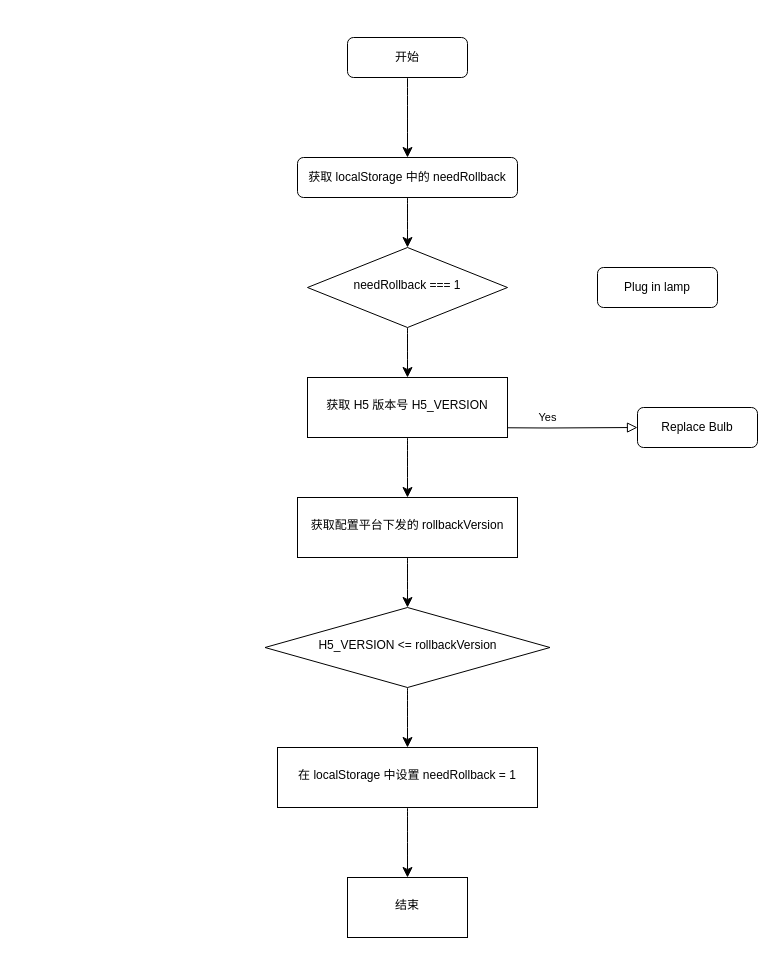
This is offline-package-rollback.drawio from lijunlin2022/draw.io, a draw.io file, before an edit. Source tidied: cells renumbered, new cells numbered last; positions are measured from the earlier drawing's top-left corner, leaving out a move shared by most shapes. Both pictures are drawn from the tidied source at 100%, with x=0, y=0 at pixel (265, 37).
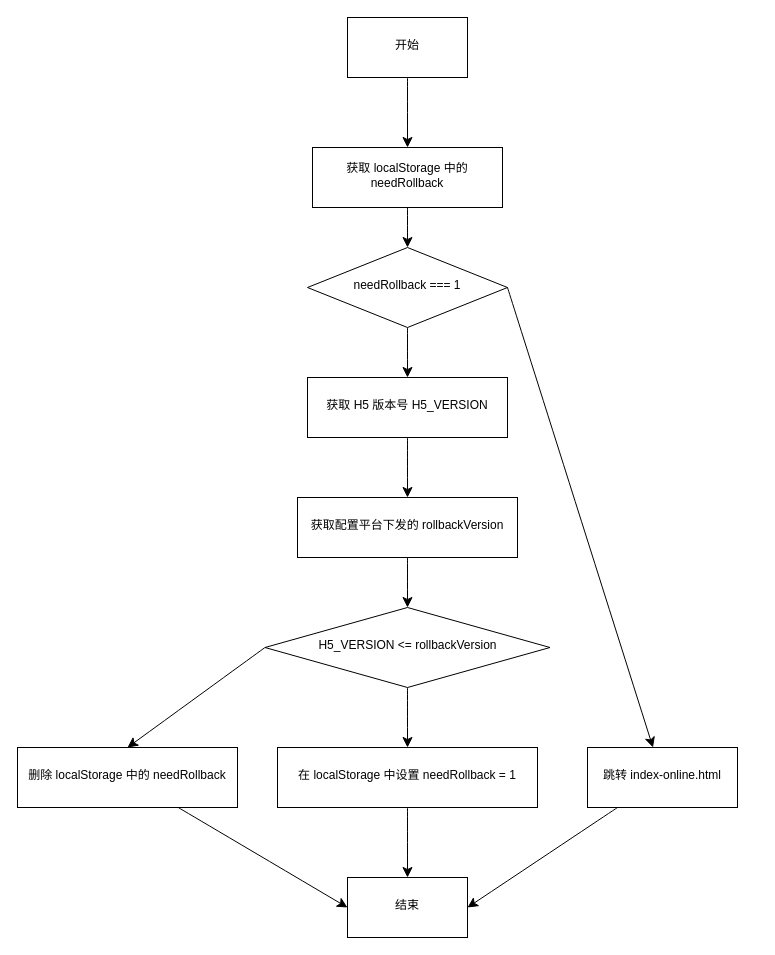
The same page after the edit.

Unchanged cells that the change refers to:
```xml
<mxCell id="5" value="needRollback === 1" style="rhombus;whiteSpace=wrap;html=1;shadow=0;fontFamily=Helvetica;fontSize=12;align=center;strokeWidth=1;spacing=6;spacingTop=-4;" parent="1" vertex="1">
  <mxGeometry x="42" y="210" width="200" height="80" as="geometry" />
</mxCell>
<mxCell id="16" value="H5_VERSION &amp;lt;= rollbackVersion" style="rhombus;whiteSpace=wrap;html=1;shadow=0;strokeWidth=1;spacing=6;spacingTop=-4;" parent="1" vertex="1">
  <mxGeometry x="-0.5" y="570" width="285" height="80" as="geometry" />
</mxCell>
<mxCell id="19" value="结束" style="whiteSpace=wrap;html=1;shadow=0;strokeWidth=1;spacing=6;spacingTop=-4;" parent="1" vertex="1">
  <mxGeometry x="82" y="840" width="120" height="60" as="geometry" />
</mxCell>
```

Diff of the diagram source:
```diff
@@
-    <mxCell id="2" style="edgeStyle=none;curved=1;rounded=0;jettySize=auto;html=1;fontSize=12;startSize=8;endSize=8;" parent="1" edge="1" source="3" target="5">
-      <mxGeometry relative="1" as="geometry" />
-    </mxCell>
-    <mxCell id="3" value="获取 localStorage 中的 needRollback" style="rounded=1;whiteSpace=wrap;html=1;fontSize=12;glass=0;strokeWidth=1;shadow=0;" parent="1" vertex="1">
-      <mxGeometry x="32" y="120" width="220" height="40" as="geometry" />
-    </mxCell>
@@
+    <mxCell id="20" style="edgeStyle=none;curved=1;rounded=0;jettySize=auto;html=1;fontSize=12;startSize=8;endSize=8;exitX=1;exitY=0.5;exitDx=0;exitDy=0;" parent="1" edge="1" source="5" target="23">
+      <mxGeometry relative="1" as="geometry" />
+    </mxCell>
@@
-    <mxCell id="6" value="Plug in lamp" style="rounded=1;whiteSpace=wrap;html=1;fontSize=12;glass=0;strokeWidth=1;shadow=0;" parent="1" vertex="1">
-      <mxGeometry x="332" y="230" width="120" height="40" as="geometry" />
-    </mxCell>
-    <mxCell id="7" value="Yes" style="edgeStyle=orthogonalEdgeStyle;rounded=0;html=1;jettySize=auto;fontSize=11;endArrow=block;endFill=0;endSize=8;strokeWidth=1;shadow=0;labelBackgroundColor=none;" parent="1" edge="1" target="8">
-      <mxGeometry y="10" relative="1" as="geometry">
-        <mxPoint x="192" y="390" as="sourcePoint" />
-      </mxGeometry>
-    </mxCell>
-    <mxCell id="8" value="Replace Bulb" style="rounded=1;whiteSpace=wrap;html=1;fontSize=12;glass=0;strokeWidth=1;shadow=0;" parent="1" vertex="1">
-      <mxGeometry x="372" y="370" width="120" height="40" as="geometry" />
-    </mxCell>
-    <mxCell id="9" style="edgeStyle=none;curved=1;rounded=0;jettySize=auto;html=1;fontSize=12;startSize=8;endSize=8;" parent="1" edge="1" source="10" target="3">
-      <mxGeometry relative="1" as="geometry" />
-    </mxCell>
-    <mxCell id="10" value="开始" style="whiteSpace=wrap;html=1;rounded=1;glass=0;strokeWidth=1;shadow=0;" parent="1" vertex="1">
-      <mxGeometry x="82" width="120" height="40" as="geometry" />
-    </mxCell>
@@
+    <mxCell id="21" style="edgeStyle=none;curved=1;rounded=0;jettySize=auto;html=1;fontSize=12;startSize=8;endSize=8;exitX=0;exitY=0.5;exitDx=0;exitDy=0;entryX=0.5;entryY=0;entryDx=0;entryDy=0;" parent="1" edge="1" source="16" target="25">
+      <mxGeometry relative="1" as="geometry" />
+    </mxCell>
@@
+    <mxCell id="2" style="edgeStyle=none;curved=1;rounded=0;jettySize=auto;html=1;fontSize=12;startSize=8;endSize=8;" parent="1" edge="1" source="3" target="5">
+      <mxGeometry relative="1" as="geometry" />
+    </mxCell>
+    <mxCell id="3" value="获取 localStorage 中的 needRollback" style="whiteSpace=wrap;html=1;shadow=0;strokeWidth=1;spacing=6;spacingTop=-4;" parent="1" vertex="1">
+      <mxGeometry x="47" y="110" width="190" height="60" as="geometry" />
+    </mxCell>
+    <mxCell id="9" style="edgeStyle=none;curved=1;rounded=0;jettySize=auto;html=1;fontSize=12;startSize=8;endSize=8;" parent="1" edge="1" source="10" target="3">
+      <mxGeometry relative="1" as="geometry" />
+    </mxCell>
+    <mxCell id="10" value="开始" style="whiteSpace=wrap;html=1;shadow=0;strokeWidth=1;spacing=6;spacingTop=-4;" parent="1" vertex="1">
+      <mxGeometry x="82" y="-20" width="120" height="60" as="geometry" />
+    </mxCell>
+    <mxCell id="22" style="edgeStyle=none;curved=1;rounded=0;jettySize=auto;html=1;fontSize=12;startSize=8;endSize=8;entryX=1;entryY=0.5;entryDx=0;entryDy=0;" parent="1" edge="1" source="23" target="19">
+      <mxGeometry relative="1" as="geometry" />
+    </mxCell>
+    <mxCell id="23" value="跳转 index-online.html" style="whiteSpace=wrap;html=1;shadow=0;strokeWidth=1;spacing=6;spacingTop=-4;" parent="1" vertex="1">
+      <mxGeometry x="322" y="710" width="150" height="60" as="geometry" />
+    </mxCell>
+    <mxCell id="24" style="edgeStyle=none;curved=1;rounded=0;jettySize=auto;html=1;fontSize=12;startSize=8;endSize=8;entryX=0;entryY=0.5;entryDx=0;entryDy=0;" parent="1" edge="1" source="25" target="19">
+      <mxGeometry relative="1" as="geometry" />
+    </mxCell>
+    <mxCell id="25" value="删除 localStorage 中的 needRollback" style="whiteSpace=wrap;html=1;shadow=0;strokeWidth=1;spacing=6;spacingTop=-4;" parent="1" vertex="1">
+      <mxGeometry x="-248" y="710" width="220" height="60" as="geometry" />
+    </mxCell>
```
